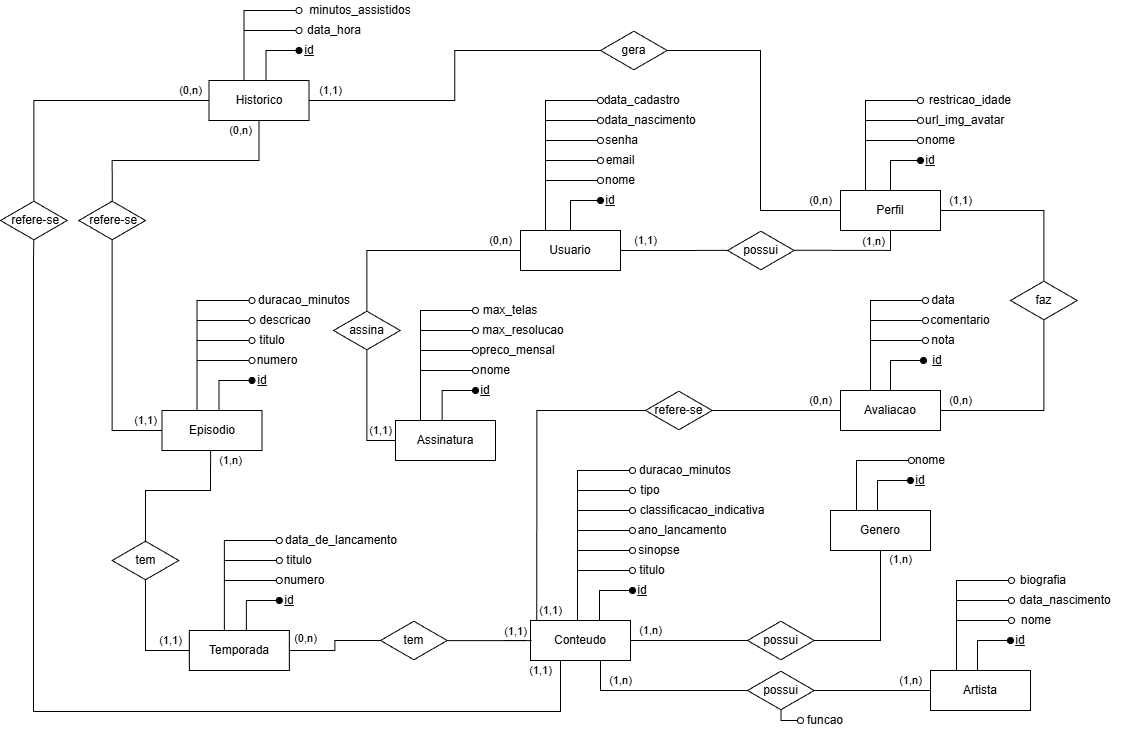
This is fase1-modelagem/StreamVerse_MER.png from isadoralucena/banco-de-dados-I, a draw.io export, as it was before one commit. Source tidied: cells renumbered, new cells last; positions are measured from the earlier drawing's top-left corner, leaving out a move shared by most shapes.
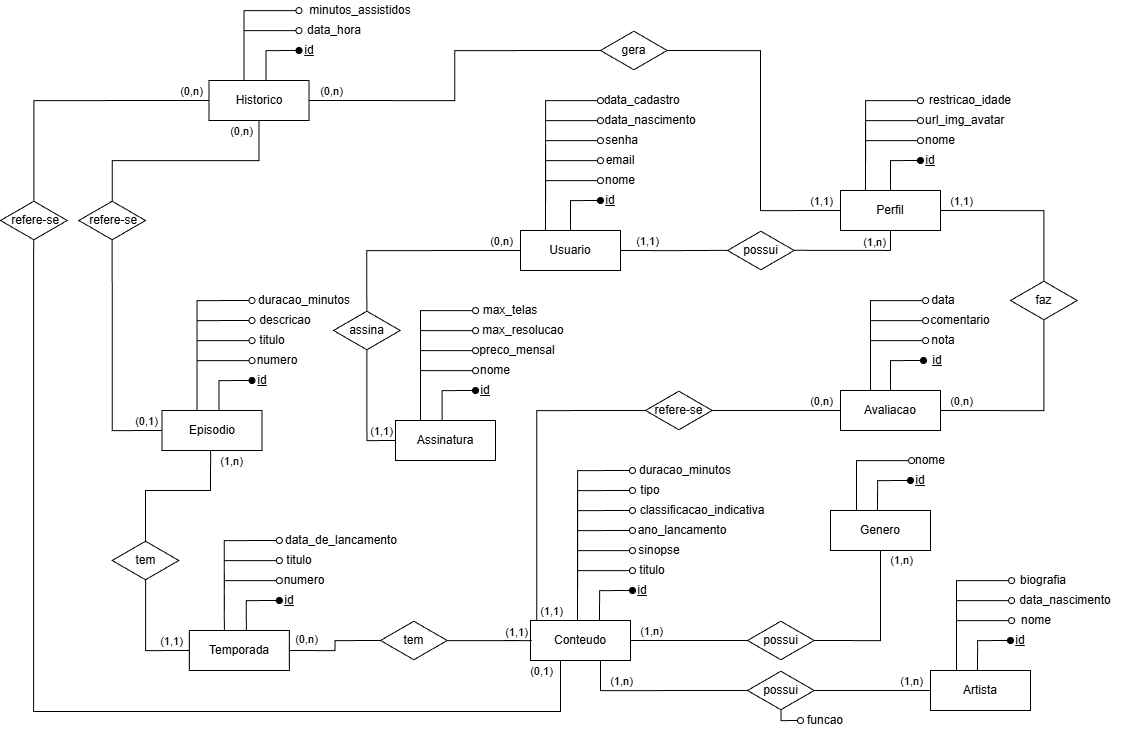
Later version of the same file.

Commit message:
refactor: add novo MER

Diff of the diagram source:
```diff
@@ -691,13 +691,13 @@
     <mxCell id="129" style="edgeStyle=orthogonalEdgeStyle;rounded=0;jettySize=auto;html=1;exitX=0;exitY=0.5;exitDx=0;exitDy=0;entryX=0.5;entryY=0.024;entryDx=0;entryDy=0;entryPerimeter=0;endArrow=none;endFill=0;" parent="1" edge="1" source="118" target="127">
       <mxGeometry relative="1" as="geometry" />
     </mxCell>
-    <mxCell id="130" value="(0,n)" style="edgeLabel;html=1;align=center;verticalAlign=middle;" parent="1" vertex="1">
+    <mxCell id="130" value="(1,1)" style="edgeLabel;html=1;align=center;verticalAlign=middle;" parent="1" vertex="1">
       <mxGeometry x="820" y="200" as="geometry" />
     </mxCell>
-    <mxCell id="131" value="(1,1)" style="edgeLabel;html=1;align=center;verticalAlign=middle;" parent="1" vertex="1">
+    <mxCell id="131" value="(0,n)" style="edgeLabel;html=1;align=center;verticalAlign=middle;" parent="1" vertex="1">
       <mxGeometry x="330" y="90" as="geometry" />
     </mxCell>
-    <mxCell id="132" value="(1,1)" style="edgeLabel;html=1;align=center;verticalAlign=middle;" parent="1" vertex="1">
+    <mxCell id="132" value="(0,1)" style="edgeLabel;html=1;align=center;verticalAlign=middle;" parent="1" vertex="1">
       <mxGeometry x="540" y="670" as="geometry" />
     </mxCell>
     <mxCell id="133" value="(0,n)" style="edgeLabel;html=1;align=center;verticalAlign=middle;" parent="1" vertex="1">
@@ -706,7 +706,7 @@
     <mxCell id="134" style="edgeStyle=orthogonalEdgeStyle;rounded=0;jettySize=auto;html=1;exitX=0;exitY=0.5;exitDx=0;exitDy=0;entryX=0.5;entryY=0.979;entryDx=0;entryDy=0;entryPerimeter=0;endArrow=none;endFill=0;" parent="1" edge="1" source="104" target="136">
       <mxGeometry relative="1" as="geometry" />
     </mxCell>
-    <mxCell id="135" value="(1,1)" style="edgeLabel;html=1;align=center;verticalAlign=middle;" parent="1" vertex="1">
+    <mxCell id="135" value="(0,1)" style="edgeLabel;html=1;align=center;verticalAlign=middle;" parent="1" vertex="1">
       <mxGeometry x="145" y="420" as="geometry" />
     </mxCell>
     <mxCell id="136" value="&amp;nbsp;refere-se" style="html=1;whiteSpace=wrap;shape=isoRectangle;" parent="1" vertex="1">
```
